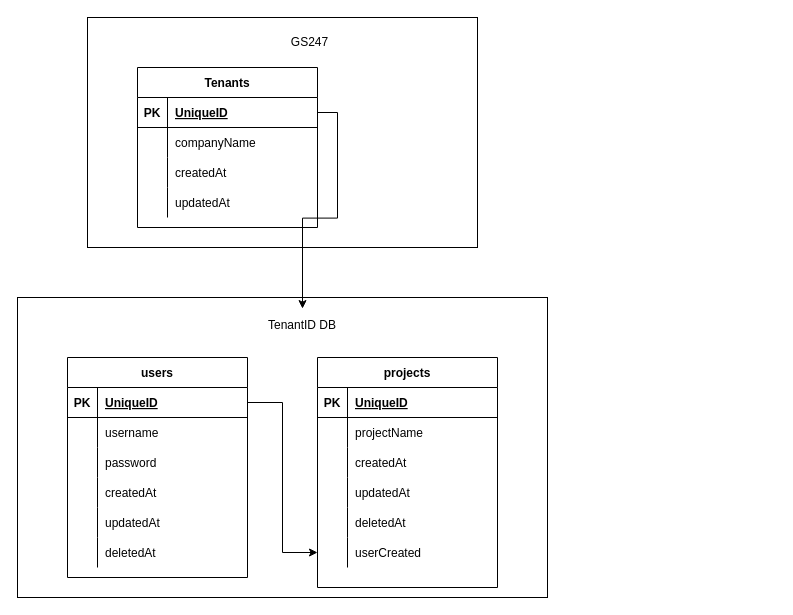
Pham-Xuan-Thanh/Tenants_login keeps this draw.io diagram as DB entity Diagram.drawio. Above is the earlier version. Source tidied: cells renumbered, new cells numbered last; positions are measured from the earlier drawing's top-left corner, leaving out a move shared by most shapes. Both pictures are drawn from the tidied source at 100%, with x=0, y=0 at pixel (17, 17).
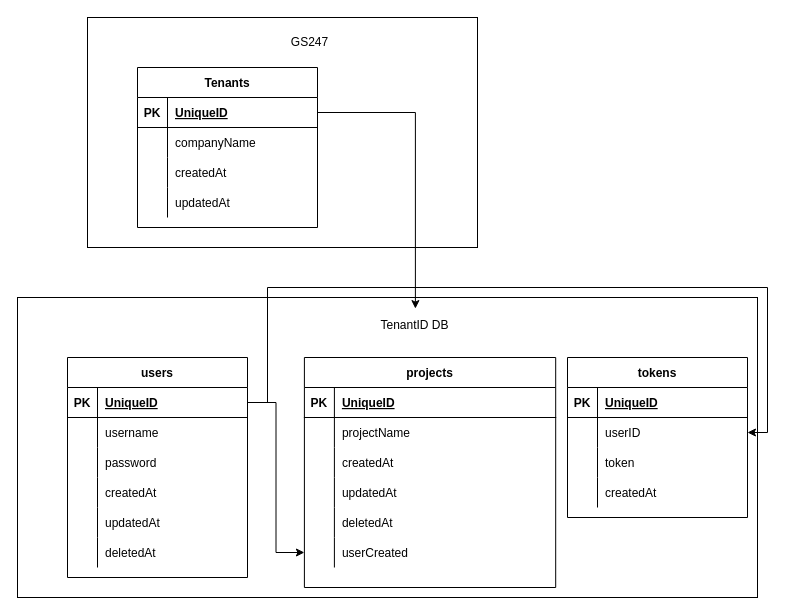
The same page after the edit.

The change refers to these unchanged cells:
```xml
<mxCell id="40" style="shape=partialRectangle;fillColor=none;top=0;left=0;bottom=1;right=0;points=[[0,0.5],[1,0.5]];portConstraint=eastwest;" parent="39" vertex="1">
  <mxGeometry y="30" width="180" height="30" as="geometry" />
</mxCell>
```

Change to the diagram source:
```diff
@@
     <mxCell id="2" style="group;" parent="1" vertex="1">
-      <mxGeometry y="280" width="530" height="300" as="geometry" />
+      <mxGeometry y="280" width="740" height="300" as="geometry" />
     </mxCell>
     <mxCell id="3" style="rounded=0;whiteSpace=wrap;html=1;" parent="2" vertex="1">
-      <mxGeometry width="530" height="300" as="geometry" />
+      <mxGeometry width="740" height="300" as="geometry" />
     </mxCell>
     <mxCell id="4" value="TenantID DB" style="text;html=1;strokeColor=none;fillColor=none;align=center;verticalAlign=middle;whiteSpace=wrap;rounded=0;" parent="2" vertex="1">
-      <mxGeometry x="200" y="11.1" width="170" height="33.3" as="geometry" />
+      <mxGeometry x="279.2" y="11.1" width="237.4" height="33.3" as="geometry" />
     </mxCell>
     <mxCell id="5" value="projects" style="shape=table;startSize=30;childLayout=tableLayout;rowLines=0;fontStyle=1;align=center;" parent="2" vertex="1">
-      <mxGeometry x="300" y="60" width="180" height="230" as="geometry" />
+      <mxGeometry x="286.9" y="60" width="251.3" height="230" as="geometry" />
     </mxCell>
     <mxCell id="6" style="shape=partialRectangle;fillColor=none;top=0;left=0;bottom=1;right=0;" parent="5" vertex="1">
-      <mxGeometry y="30" width="180" height="30" as="geometry" />
+      <mxGeometry y="30" width="251.3" height="30" as="geometry" />
     </mxCell>
@@
     <mxCell id="8" value="UniqueID" style="shape=partialRectangle;fillColor=none;top=0;left=0;bottom=0;right=0;align=left;spacingLeft=6;fontStyle=5;overflow=hidden;" parent="6" vertex="1">
-      <mxGeometry x="30" width="150" height="30" as="geometry" />
+      <mxGeometry x="30" width="221.3" height="30" as="geometry" />
     </mxCell>
     <mxCell id="9" style="shape=partialRectangle;fillColor=none;top=0;left=0;bottom=0;right=0;" parent="5" vertex="1">
-      <mxGeometry y="60" width="180" height="30" as="geometry" />
+      <mxGeometry y="60" width="251.3" height="30" as="geometry" />
     </mxCell>
@@
     <mxCell id="11" value="projectName" style="shape=partialRectangle;fillColor=none;top=0;left=0;bottom=0;right=0;align=left;spacingLeft=6;overflow=hidden;" parent="9" vertex="1">
-      <mxGeometry x="30" width="150" height="30" as="geometry" />
+      <mxGeometry x="30" width="221.3" height="30" as="geometry" />
     </mxCell>
     <mxCell id="12" style="shape=partialRectangle;fillColor=none;top=0;left=0;bottom=0;right=0;" parent="5" vertex="1">
-      <mxGeometry y="90" width="180" height="30" as="geometry" />
+      <mxGeometry y="90" width="251.3" height="30" as="geometry" />
     </mxCell>
@@
     <mxCell id="14" value="createdAt" style="shape=partialRectangle;fillColor=none;top=0;left=0;bottom=0;right=0;align=left;spacingLeft=6;overflow=hidden;" parent="12" vertex="1">
-      <mxGeometry x="30" width="150" height="30" as="geometry" />
+      <mxGeometry x="30" width="221.3" height="30" as="geometry" />
     </mxCell>
     <mxCell id="15" style="shape=partialRectangle;fillColor=none;top=0;left=0;bottom=0;right=0;" parent="5" vertex="1">
-      <mxGeometry y="120" width="180" height="30" as="geometry" />
+      <mxGeometry y="120" width="251.3" height="30" as="geometry" />
     </mxCell>
@@
     <mxCell id="17" value="updatedAt" style="shape=partialRectangle;fillColor=none;top=0;left=0;bottom=0;right=0;align=left;spacingLeft=6;overflow=hidden;" parent="15" vertex="1">
-      <mxGeometry x="30" width="150" height="30" as="geometry" />
+      <mxGeometry x="30" width="221.3" height="30" as="geometry" />
     </mxCell>
     <mxCell id="18" style="shape=partialRectangle;fillColor=none;top=0;left=0;bottom=0;right=0;" parent="5" vertex="1">
-      <mxGeometry y="150" width="180" height="30" as="geometry" />
+      <mxGeometry y="150" width="251.3" height="30" as="geometry" />
     </mxCell>
@@
     <mxCell id="20" value="deletedAt" style="shape=partialRectangle;fillColor=none;top=0;left=0;bottom=0;right=0;align=left;spacingLeft=6;overflow=hidden;" parent="18" vertex="1">
-      <mxGeometry x="30" width="150" height="30" as="geometry" />
+      <mxGeometry x="30" width="221.3" height="30" as="geometry" />
     </mxCell>
     <mxCell id="21" style="shape=partialRectangle;fillColor=none;top=0;left=0;bottom=0;right=0;points=[[0,0.5],[1,0.5]];portConstraint=eastwest;" parent="5" vertex="1">
-      <mxGeometry y="180" width="180" height="30" as="geometry" />
+      <mxGeometry y="180" width="251.3" height="30" as="geometry" />
     </mxCell>
@@
     <mxCell id="23" value="userCreated" style="shape=partialRectangle;fillColor=none;top=0;left=0;bottom=0;right=0;align=left;spacingLeft=6;overflow=hidden;" parent="21" vertex="1">
-      <mxGeometry x="30" width="150" height="30" as="geometry" />
+      <mxGeometry x="30" width="221.3" height="30" as="geometry" />
     </mxCell>
+    <mxCell id="60" value="tokens" style="shape=table;startSize=30;childLayout=tableLayout;rowLines=0;fontStyle=1;align=center;" parent="2" vertex="1">
+      <mxGeometry x="550" y="60" width="180" height="160" as="geometry" />
+    </mxCell>
+    <mxCell id="61" style="shape=partialRectangle;fillColor=none;top=0;left=0;bottom=1;right=0;" parent="60" vertex="1">
+      <mxGeometry y="30" width="180" height="30" as="geometry" />
+    </mxCell>
+    <mxCell id="62" value="PK" style="shape=partialRectangle;fillColor=none;top=0;left=0;bottom=0;right=0;fontStyle=1;overflow=hidden;" parent="61" vertex="1">
+      <mxGeometry width="30" height="30" as="geometry" />
+    </mxCell>
+    <mxCell id="63" value="UniqueID" style="shape=partialRectangle;fillColor=none;top=0;left=0;bottom=0;right=0;align=left;spacingLeft=6;fontStyle=5;overflow=hidden;" parent="61" vertex="1">
+      <mxGeometry x="30" width="150" height="30" as="geometry" />
+    </mxCell>
+    <mxCell id="64" style="shape=partialRectangle;fillColor=none;top=0;left=0;bottom=0;right=0;points=[[0,0.5],[1,0.5]];portConstraint=eastwest;" parent="60" vertex="1">
+      <mxGeometry y="60" width="180" height="30" as="geometry" />
+    </mxCell>
+    <mxCell id="65" style="shape=partialRectangle;fillColor=none;top=0;left=0;bottom=0;right=0;overflow=hidden;" parent="64" vertex="1">
+      <mxGeometry width="30" height="30" as="geometry" />
+    </mxCell>
+    <mxCell id="66" value="userID" style="shape=partialRectangle;fillColor=none;top=0;left=0;bottom=0;right=0;align=left;spacingLeft=6;overflow=hidden;" parent="64" vertex="1">
+      <mxGeometry x="30" width="150" height="30" as="geometry" />
+    </mxCell>
+    <mxCell id="67" style="shape=partialRectangle;fillColor=none;top=0;left=0;bottom=0;right=0;" parent="60" vertex="1">
+      <mxGeometry y="90" width="180" height="30" as="geometry" />
+    </mxCell>
+    <mxCell id="68" style="shape=partialRectangle;fillColor=none;top=0;left=0;bottom=0;right=0;overflow=hidden;" parent="67" vertex="1">
+      <mxGeometry width="30" height="30" as="geometry" />
+    </mxCell>
+    <mxCell id="69" value="token" style="shape=partialRectangle;fillColor=none;top=0;left=0;bottom=0;right=0;align=left;spacingLeft=6;overflow=hidden;" parent="67" vertex="1">
+      <mxGeometry x="30" width="150" height="30" as="geometry" />
+    </mxCell>
+    <mxCell id="70" style="shape=partialRectangle;fillColor=none;top=0;left=0;bottom=0;right=0;" parent="60" vertex="1">
+      <mxGeometry y="120" width="180" height="30" as="geometry" />
+    </mxCell>
+    <mxCell id="71" style="shape=partialRectangle;fillColor=none;top=0;left=0;bottom=0;right=0;overflow=hidden;" parent="70" vertex="1">
+      <mxGeometry width="30" height="30" as="geometry" />
+    </mxCell>
+    <mxCell id="72" value="createdAt" style="shape=partialRectangle;fillColor=none;top=0;left=0;bottom=0;right=0;align=left;spacingLeft=6;overflow=hidden;" parent="70" vertex="1">
+      <mxGeometry x="30" width="150" height="30" as="geometry" />
+    </mxCell>
@@
+    <mxCell id="73" style="edgeStyle=orthogonalEdgeStyle;rounded=0;jettySize=auto;html=1;entryX=1;entryY=0.5;entryDx=0;entryDy=0;" parent="1" edge="1" source="40" target="64">
+      <mxGeometry relative="1" as="geometry">
+        <Array as="points">
+          <mxPoint x="250" y="385" />
+          <mxPoint x="250" y="270" />
+          <mxPoint x="750" y="270" />
+          <mxPoint x="750" y="415" />
+        </Array>
+      </mxGeometry>
+    </mxCell>
```
